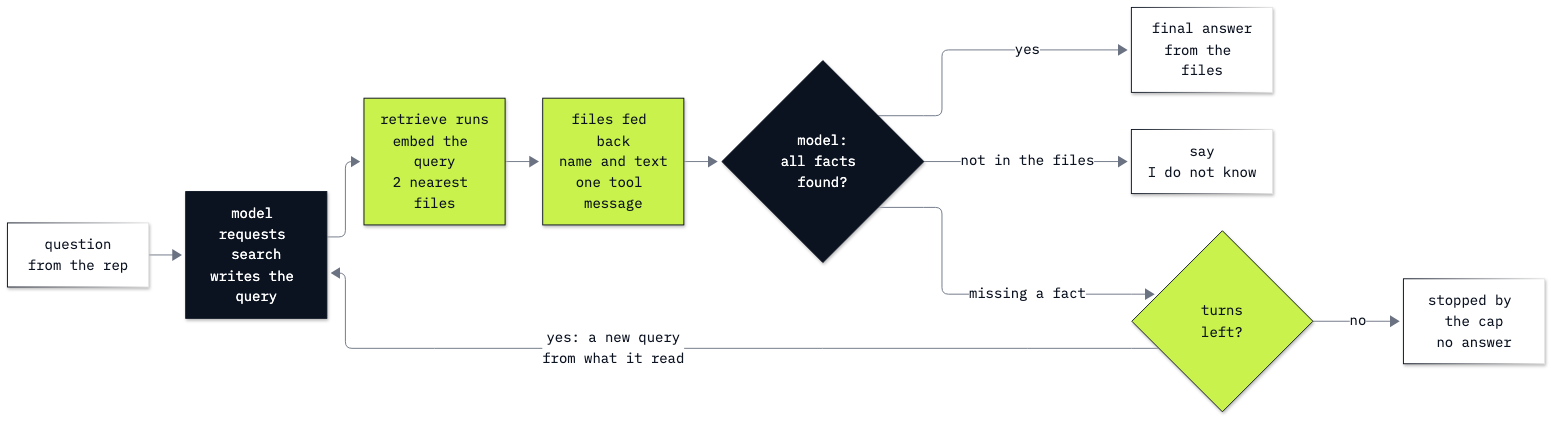
Above: 13_Agentic_RAG/resources/lab13_agentic_rag.png in tatwan/ai_agents_course (Mermaid), before the change. Its source is kept beside it as 13_Agentic_RAG/resources/lab13_agentic_rag.mmd.
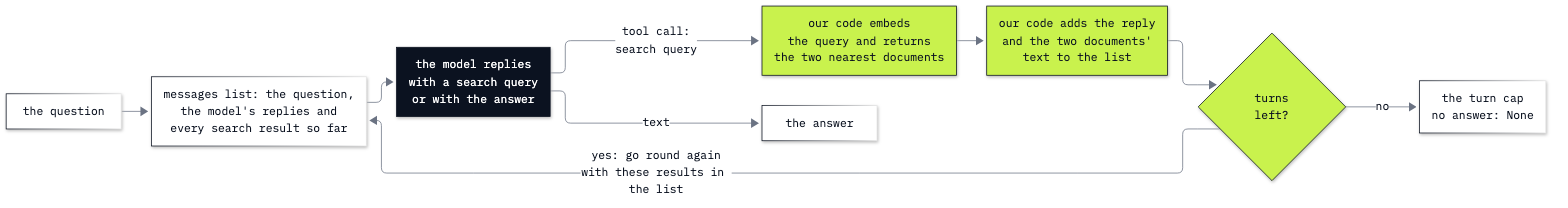
The same file after the commit.

The edit, as a diff of the source:
```diff
@@ -1,15 +1,14 @@
-%%{init: {"theme": "base", "flowchart": {"curve": "basis", "nodeSpacing": 34, "rankSpacing": 44}, "themeVariables": {"fontFamily": "IBM Plex Mono, monospace", "fontSize": "15px", "primaryColor": "#FFFFFF", "primaryBorderColor": "#0B1220", "primaryTextColor": "#0B1220", "lineColor": "#6B7383", "clusterBkg": "#F4F5F7", "clusterBorder": "#6B7383"}}}%%
+%%{init: {"theme": "base", "flowchart": {"curve": "basis", "nodeSpacing": 34, "rankSpacing": 44, "wrappingWidth": 420}, "themeVariables": {"fontFamily": "IBM Plex Mono, monospace", "fontSize": "15px", "primaryColor": "#FFFFFF", "primaryBorderColor": "#0B1220", "primaryTextColor": "#0B1220", "lineColor": "#6B7383", "clusterBkg": "#F4F5F7", "clusterBorder": "#6B7383"}}}%%
 flowchart LR
-    q[question<br/>from the rep] --> ask[model requests search<br/>writes the query]
-    ask --> run[retrieve runs<br/>embed the query<br/>2 nearest files]
-    run --> fed[files fed back<br/>name and text<br/>one tool message]
-    fed --> facts{model:<br/>all facts found?}
-    facts -->|missing a fact| left{turns<br/>left?}
-    left -->|yes: a new query<br/>from what it read| ask
-    left -->|no| cap[stopped by the cap<br/>no answer]
-    facts -->|yes| answer[final answer<br/>from the files]
-    facts -->|not in the files| none[say<br/>I do not know]
+    question[the question] --> list[messages list: the question,<br/>the model's replies and<br/>every search result so far]
+    list --> model[the model replies<br/>with a search query<br/>or with the answer]
+    model -->|tool call:<br/>search query| run[our code embeds<br/>the query and returns<br/>the two nearest documents]
+    run --> result[our code adds the reply<br/>and the two documents'<br/>text to the list]
+    result --> left{turns<br/>left?}
+    left -->|yes: go round again<br/>with these results in the list| list
+    left -->|no| cap[the turn cap<br/>no answer: None]
+    model -->|text| answer[the answer]
     classDef model fill:#0B1220,color:#FFFFFF,stroke:#0B1220
     classDef code fill:#C9F24D,color:#0B1220,stroke:#0B1220
-    class ask,facts model
-    class run,fed,left code
+    class model model
+    class run,result,left code
```
